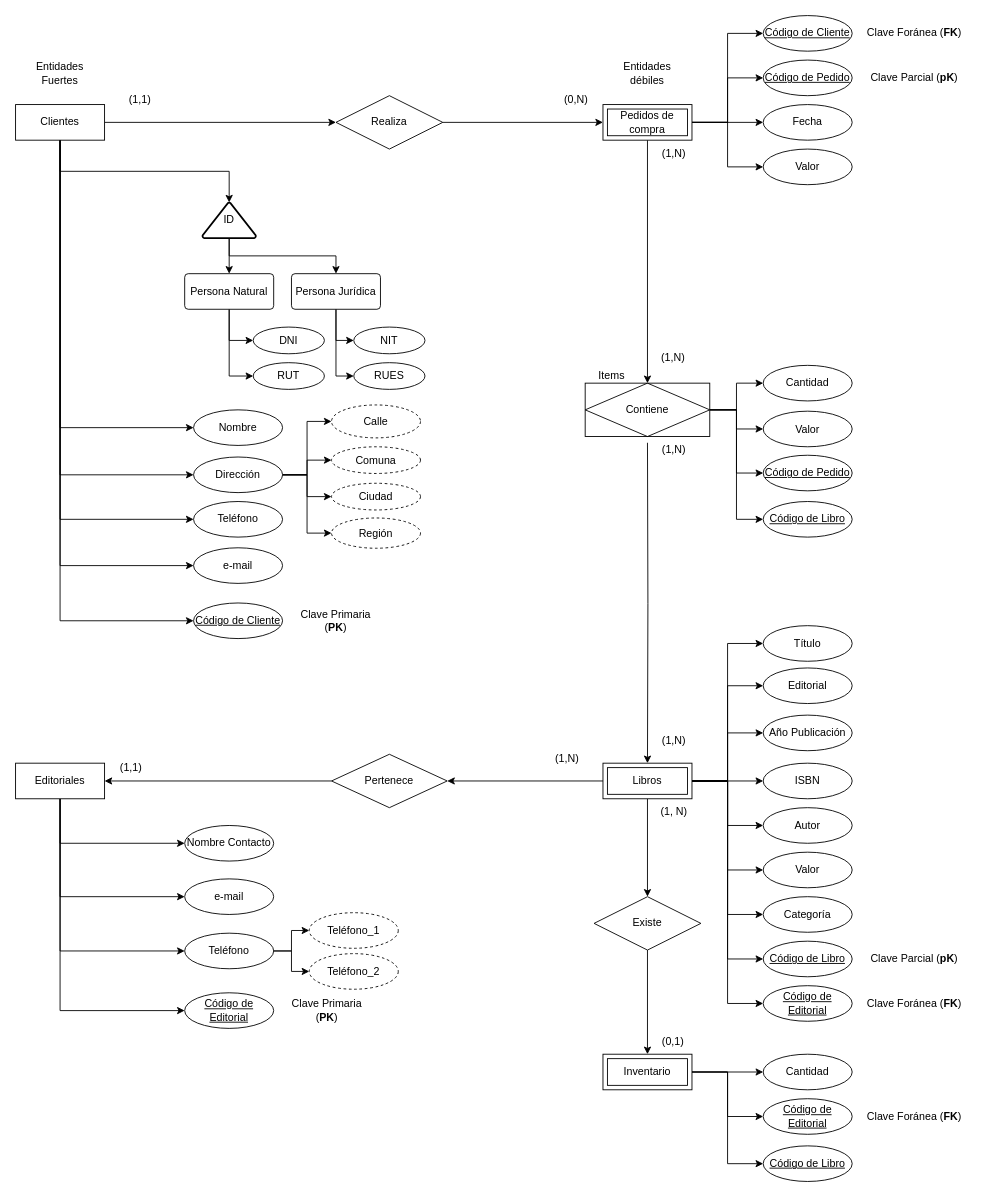
Before: page "Modelo Conceptual" (1 of 2) of ClubDelLibro.drawio in ivazquez-07/database-modeller-excersises, a draw.io diagram. Source tidied: cells renumbered, new cells numbered last; positions are measured from the earlier drawing's top-left corner, leaving out a move shared by most shapes. Both pictures are drawn from the tidied source at 89%, with x=0, y=0 at pixel (15, 15).
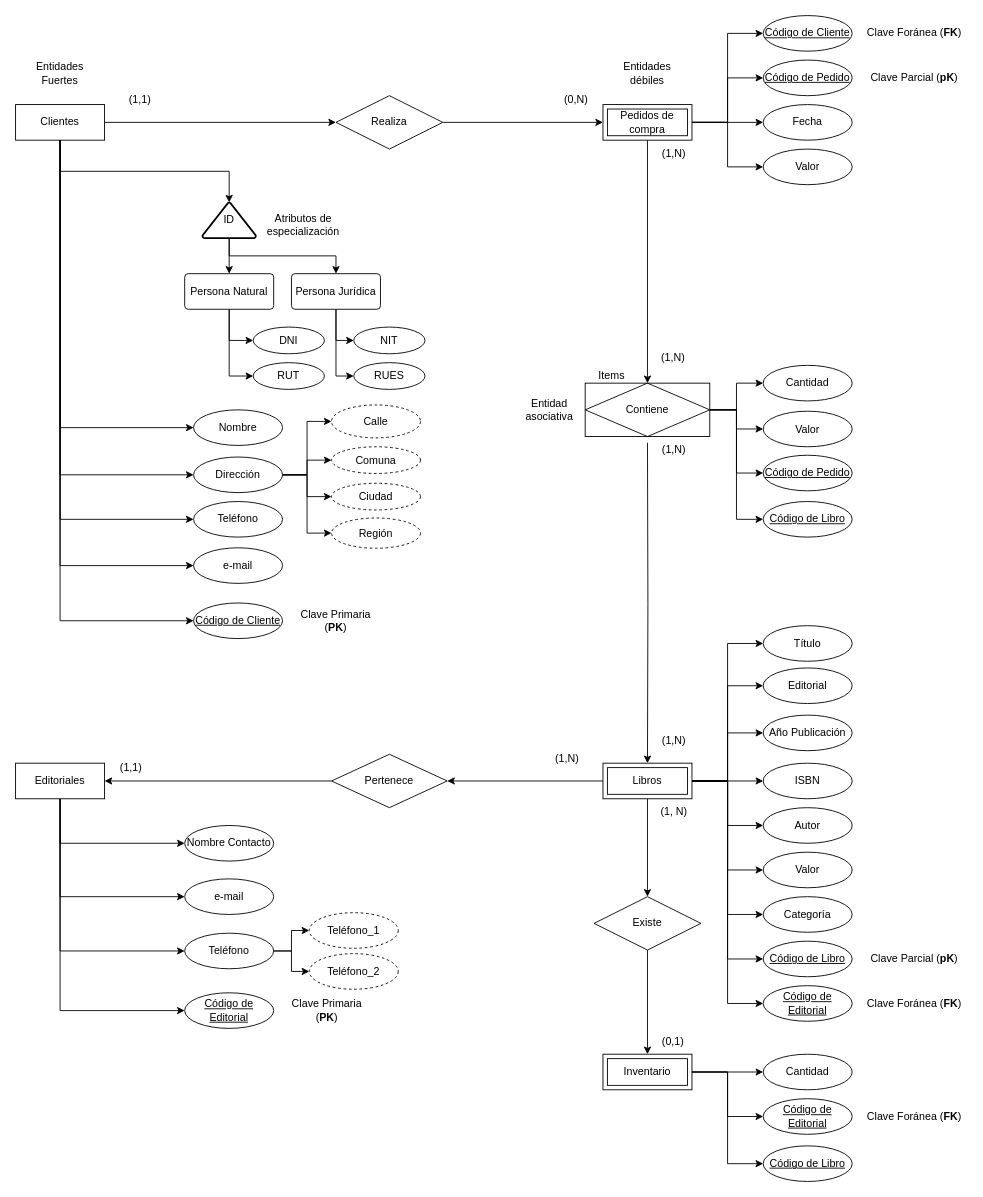
Above is the later version.

The edit, as a diff of the source:
```diff
@@
+    <mxCell id="123" value="Entidad&lt;div&gt;&lt;span style=&quot;background-color: transparent; color: light-dark(rgb(0, 0, 0), rgb(255, 255, 255));&quot;&gt;asociativa&lt;/span&gt;&lt;/div&gt;" style="text;html=1;align=center;verticalAlign=middle;whiteSpace=wrap;rounded=0;strokeColor=none;fillColor=none;" parent="1" vertex="1">
+      <mxGeometry x="570" y="428" width="60" height="30" as="geometry" />
+    </mxCell>
+    <mxCell id="124" value="Atributos de especialización" style="text;html=1;align=center;verticalAlign=middle;whiteSpace=wrap;rounded=0;strokeColor=none;fillColor=none;" parent="1" vertex="1">
+      <mxGeometry x="277" y="220" width="93" height="30" as="geometry" />
+    </mxCell>
```
